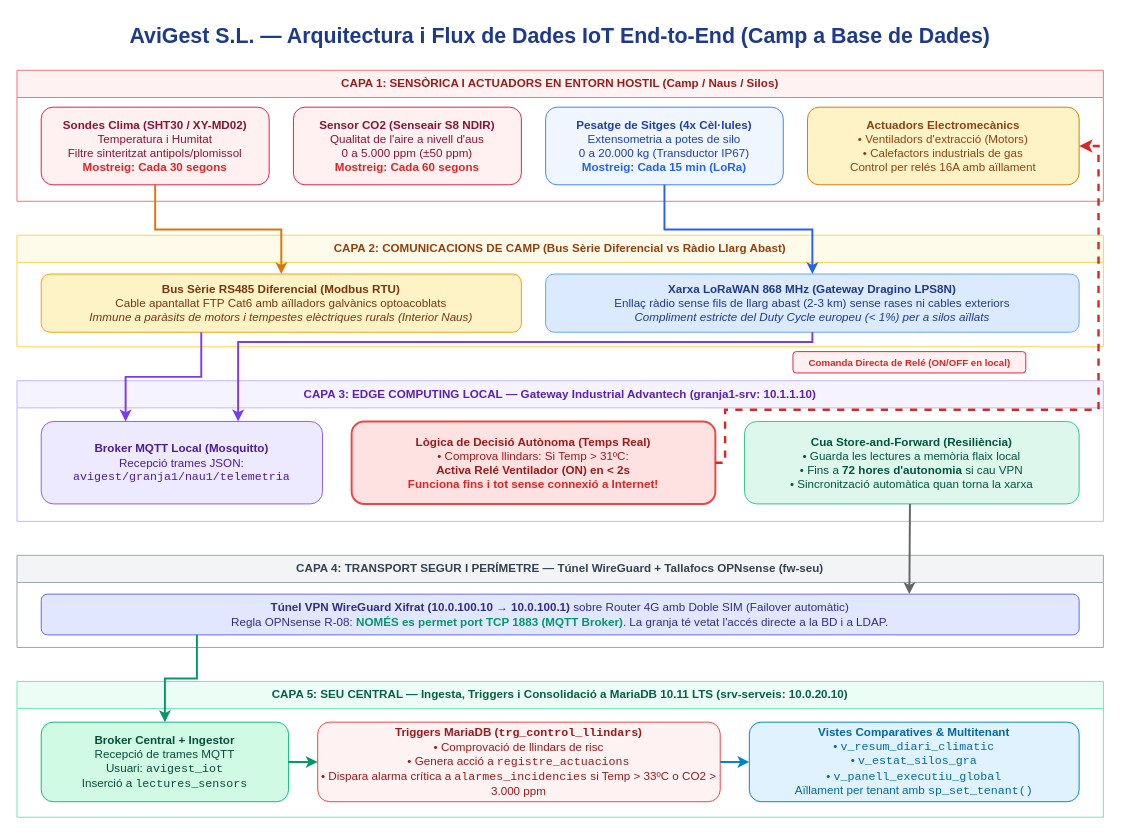
This is docs/diagrames/esquema_flux_iot.drawio from JoanGarcia25/avigest-projecte, a draw.io file, before an edit. Source tidied: cells renumbered, new cells numbered last; positions are measured from the earlier drawing's top-left corner, leaving out a move shared by most shapes. Both pictures are drawn from the tidied source at 97%, with x=0, y=0 at pixel (16, 16).
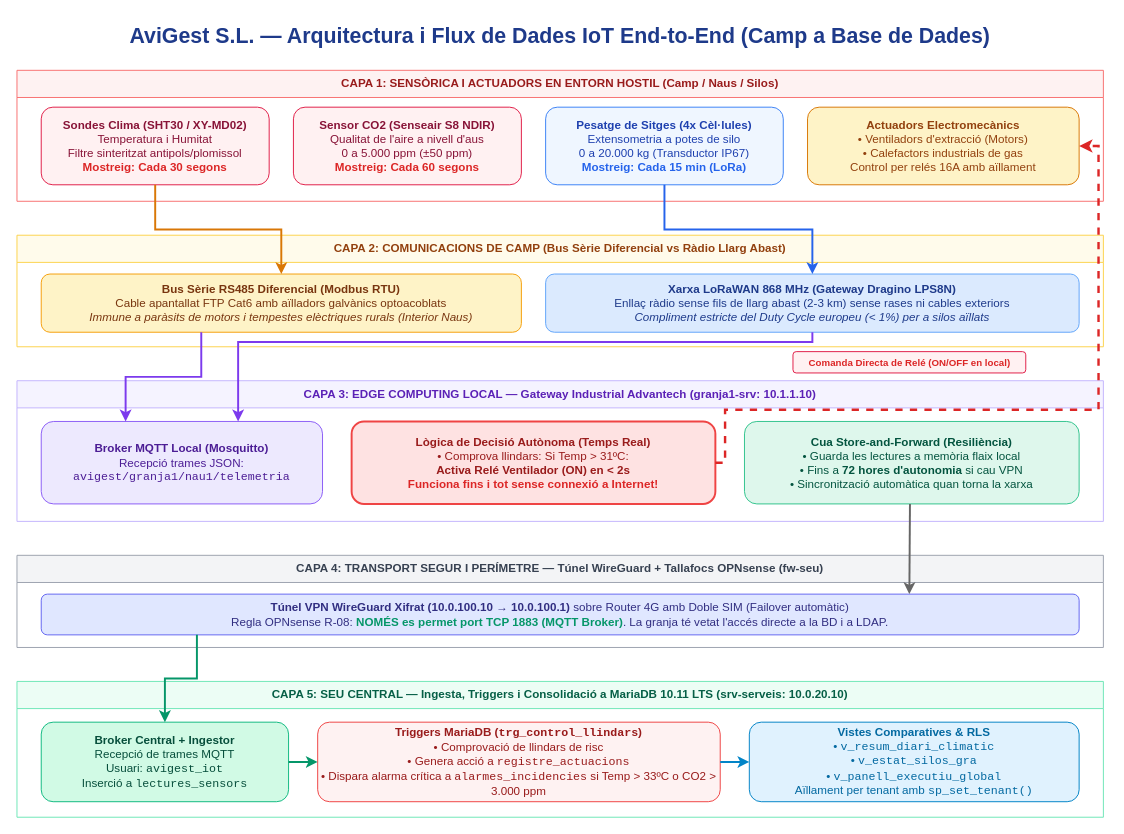
The same diagram, later.

Unchanged cells that the change refers to:
```xml
<mxCell id="17" value="CAPA 5: SEU CENTRAL — Ingesta, Triggers i Consolidació a MariaDB 10.11 LTS (srv-serveis: 10.0.20.10)" style="swimlane;whiteSpace=wrap;html=1;fillColor=#ECFDF5;strokeColor=#6EE7B7;fontStyle=1;fontColor=#065F46;startSize=28;" parent="1" vertex="1">
  <mxGeometry y="685" width="1120" height="140" as="geometry" />
</mxCell>
```

Diff of the diagram source:
```diff
@@
-    <mxCell id="20" value="&lt;b&gt;Vistes Comparatives &amp; Multitenant&lt;/b&gt;&lt;br&gt;• &lt;code&gt;v_resum_diari_climatic&lt;/code&gt;&lt;br&gt;• &lt;code&gt;v_estat_silos_gra&lt;/code&gt;&lt;br&gt;• &lt;code&gt;v_panell_executiu_global&lt;/code&gt;&lt;br&gt;Aïllament per tenant amb &lt;code&gt;sp_set_tenant()&lt;/code&gt;" style="rounded=1;whiteSpace=wrap;html=1;fillColor=#E0F2FE;strokeColor=#0284C7;fontColor=#0369A1;" parent="17" vertex="1">
+    <mxCell id="20" value="&lt;b&gt;Vistes Comparatives &amp; RLS&lt;/b&gt;&lt;br&gt;• &lt;code&gt;v_resum_diari_climatic&lt;/code&gt;&lt;br&gt;• &lt;code&gt;v_estat_silos_gra&lt;/code&gt;&lt;br&gt;• &lt;code&gt;v_panell_executiu_global&lt;/code&gt;&lt;br&gt;Aïllament per tenant amb &lt;code&gt;sp_set_tenant()&lt;/code&gt;" style="rounded=1;whiteSpace=wrap;html=1;fillColor=#E0F2FE;strokeColor=#0284C7;fontColor=#0369A1;" parent="17" vertex="1">
       <mxGeometry x="755" y="42" width="340" height="82" as="geometry" />
     </mxCell>
```
